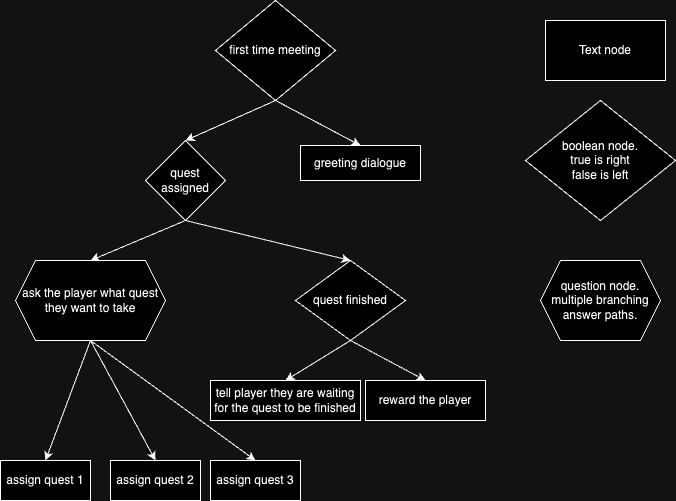
Above: src/resources/example dialogue tree.png in lawrenceyim/Game-Off-2024-team-of-3 (draw.io), before the change. Source tidied: cells renumbered, new cells last; positions are measured from the earlier drawing's top-left corner, leaving out a move shared by most shapes. Source of this version:
```xml
<mxGraphModel>
  <root>
    <mxCell id="0" />
    <mxCell id="1" parent="0" />
    <mxCell id="2" style="endArrow=classic;html=1;rounded=0;exitX=0.5;exitY=1;exitDx=0;exitDy=0;entryX=0.5;entryY=0;entryDx=0;entryDy=0;" parent="1" edge="1" source="21" target="4">
      <mxGeometry relative="1" as="geometry" />
    </mxCell>
    <mxCell id="3" style="endArrow=classic;html=1;rounded=0;exitX=0.5;exitY=1;exitDx=0;exitDy=0;entryX=0.5;entryY=0;entryDx=0;entryDy=0;" parent="1" edge="1" source="21" target="22">
      <mxGeometry relative="1" as="geometry" />
    </mxCell>
    <mxCell id="4" value="greeting dialogue" style="rounded=0;whiteSpace=wrap;html=1;" parent="1" vertex="1">
      <mxGeometry x="300" y="145" width="120" height="35" as="geometry" />
    </mxCell>
    <mxCell id="5" value="Text node" style="rounded=0;whiteSpace=wrap;html=1;" parent="1" vertex="1">
      <mxGeometry x="545" y="20" width="120" height="60" as="geometry" />
    </mxCell>
    <mxCell id="6" style="endArrow=classic;html=1;rounded=0;exitX=0.5;exitY=1;exitDx=0;exitDy=0;entryX=0.5;entryY=0;entryDx=0;entryDy=0;" parent="1" edge="1" source="22" target="23">
      <mxGeometry relative="1" as="geometry" />
    </mxCell>
    <mxCell id="7" value="tell player they are waiting for the quest to be finished" style="rounded=0;whiteSpace=wrap;html=1;" parent="1" vertex="1">
      <mxGeometry x="210" y="380" width="150" height="40" as="geometry" />
    </mxCell>
    <mxCell id="8" style="endArrow=classic;html=1;rounded=0;exitX=0.5;exitY=1;exitDx=0;exitDy=0;entryX=0.5;entryY=0;entryDx=0;entryDy=0;" parent="1" edge="1" source="22" target="13">
      <mxGeometry relative="1" as="geometry" />
    </mxCell>
    <mxCell id="9" value="reward the player" style="rounded=0;whiteSpace=wrap;html=1;" parent="1" vertex="1">
      <mxGeometry x="365" y="380" width="120" height="40" as="geometry" />
    </mxCell>
    <mxCell id="10" style="endArrow=classic;html=1;rounded=0;exitX=0.5;exitY=1;exitDx=0;exitDy=0;entryX=0.5;entryY=0;entryDx=0;entryDy=0;" parent="1" edge="1" source="23" target="9">
      <mxGeometry relative="1" as="geometry" />
    </mxCell>
    <mxCell id="11" style="endArrow=classic;html=1;rounded=0;exitX=0.5;exitY=1;exitDx=0;exitDy=0;entryX=0.5;entryY=0;entryDx=0;entryDy=0;" parent="1" edge="1" source="23" target="7">
      <mxGeometry relative="1" as="geometry" />
    </mxCell>
    <mxCell id="12" value="question node.&lt;div&gt;multiple branching answer paths.&lt;/div&gt;" style="shape=hexagon;perimeter=hexagonPerimeter2;whiteSpace=wrap;html=1;fixedSize=1;" parent="1" vertex="1">
      <mxGeometry x="540" y="260" width="120" height="80" as="geometry" />
    </mxCell>
    <mxCell id="13" value="ask the player what quest they want to take" style="shape=hexagon;perimeter=hexagonPerimeter2;whiteSpace=wrap;html=1;fixedSize=1;" parent="1" vertex="1">
      <mxGeometry x="15" y="260" width="150" height="80" as="geometry" />
    </mxCell>
    <mxCell id="14" value="assign quest 1" style="rounded=0;whiteSpace=wrap;html=1;" parent="1" vertex="1">
      <mxGeometry y="460" width="90" height="40" as="geometry" />
    </mxCell>
    <mxCell id="15" value="assign quest 2" style="rounded=0;whiteSpace=wrap;html=1;" parent="1" vertex="1">
      <mxGeometry x="110" y="460" width="90" height="40" as="geometry" />
    </mxCell>
    <mxCell id="16" value="assign quest 3" style="rounded=0;whiteSpace=wrap;html=1;" parent="1" vertex="1">
      <mxGeometry x="210" y="460" width="90" height="40" as="geometry" />
    </mxCell>
    <mxCell id="17" style="endArrow=classic;html=1;rounded=0;exitX=0.5;exitY=1;exitDx=0;exitDy=0;entryX=0.5;entryY=0;entryDx=0;entryDy=0;" parent="1" edge="1" source="13" target="14">
      <mxGeometry relative="1" as="geometry" />
    </mxCell>
    <mxCell id="18" style="endArrow=classic;html=1;rounded=0;exitX=0.5;exitY=1;exitDx=0;exitDy=0;entryX=0.5;entryY=0;entryDx=0;entryDy=0;" parent="1" edge="1" source="13" target="15">
      <mxGeometry relative="1" as="geometry" />
    </mxCell>
    <mxCell id="19" style="endArrow=classic;html=1;rounded=0;exitX=0.5;exitY=1;exitDx=0;exitDy=0;entryX=0.5;entryY=0;entryDx=0;entryDy=0;" parent="1" edge="1" source="13" target="16">
      <mxGeometry relative="1" as="geometry" />
    </mxCell>
    <mxCell id="20" value="boolean node.&lt;div&gt;true is right&lt;/div&gt;&lt;div&gt;false is left&lt;/div&gt;" style="rhombus;whiteSpace=wrap;html=1;" parent="1" vertex="1">
      <mxGeometry x="525" y="100" width="150" height="120" as="geometry" />
    </mxCell>
    <mxCell id="21" value="first time meeting" style="rhombus;whiteSpace=wrap;html=1;" parent="1" vertex="1">
      <mxGeometry x="215" width="120" height="100" as="geometry" />
    </mxCell>
    <mxCell id="22" value="quest assigned" style="rhombus;whiteSpace=wrap;html=1;" parent="1" vertex="1">
      <mxGeometry x="145" y="140" width="80" height="80" as="geometry" />
    </mxCell>
    <mxCell id="23" value="quest finished" style="rhombus;whiteSpace=wrap;html=1;" parent="1" vertex="1">
      <mxGeometry x="295" y="260" width="110" height="80" as="geometry" />
    </mxCell>
  </root>
</mxGraphModel>
```
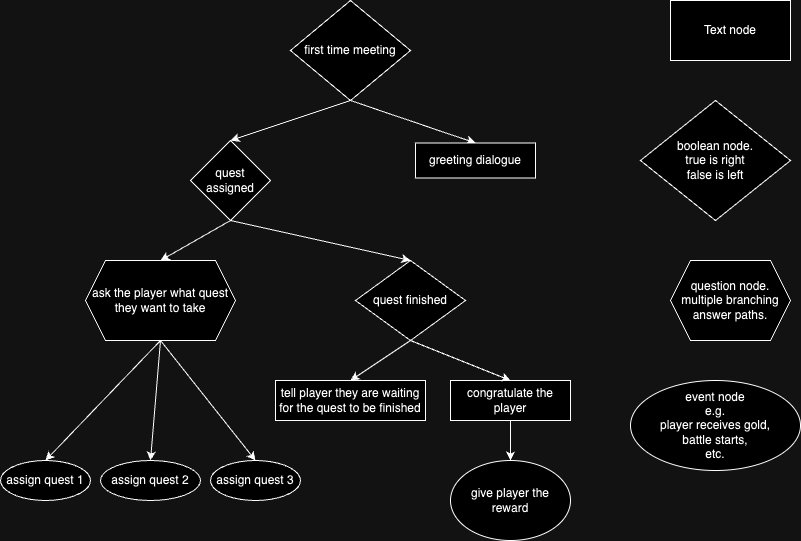
The same file after the commit.

Commit message:
Updated the example dialogue tree and added an EventNode.

What changed in the source:
```diff
@@ -9,22 +9,22 @@
       <mxGeometry relative="1" as="geometry" />
     </mxCell>
     <mxCell id="4" value="greeting dialogue" style="rounded=0;whiteSpace=wrap;html=1;" parent="1" vertex="1">
-      <mxGeometry x="300" y="145" width="120" height="35" as="geometry" />
+      <mxGeometry x="420" y="142.5" width="120" height="35" as="geometry" />
     </mxCell>
     <mxCell id="5" value="Text node" style="rounded=0;whiteSpace=wrap;html=1;" parent="1" vertex="1">
-      <mxGeometry x="545" y="20" width="120" height="60" as="geometry" />
+      <mxGeometry x="675" width="120" height="60" as="geometry" />
     </mxCell>
     <mxCell id="6" style="endArrow=classic;html=1;rounded=0;exitX=0.5;exitY=1;exitDx=0;exitDy=0;entryX=0.5;entryY=0;entryDx=0;entryDy=0;" parent="1" edge="1" source="22" target="23">
       <mxGeometry relative="1" as="geometry" />
     </mxCell>
     <mxCell id="7" value="tell player they are waiting for the quest to be finished" style="rounded=0;whiteSpace=wrap;html=1;" parent="1" vertex="1">
-      <mxGeometry x="210" y="380" width="150" height="40" as="geometry" />
+      <mxGeometry x="280" y="380" width="150" height="40" as="geometry" />
     </mxCell>
     <mxCell id="8" style="endArrow=classic;html=1;rounded=0;exitX=0.5;exitY=1;exitDx=0;exitDy=0;entryX=0.5;entryY=0;entryDx=0;entryDy=0;" parent="1" edge="1" source="22" target="13">
       <mxGeometry relative="1" as="geometry" />
     </mxCell>
-    <mxCell id="9" value="reward the player" style="rounded=0;whiteSpace=wrap;html=1;" parent="1" vertex="1">
-      <mxGeometry x="365" y="380" width="120" height="40" as="geometry" />
+    <mxCell id="9" value="congratulate the player" style="rounded=0;whiteSpace=wrap;html=1;" parent="1" vertex="1">
+      <mxGeometry x="455" y="380" width="120" height="40" as="geometry" />
     </mxCell>
     <mxCell id="10" style="endArrow=classic;html=1;rounded=0;exitX=0.5;exitY=1;exitDx=0;exitDy=0;entryX=0.5;entryY=0;entryDx=0;entryDy=0;" parent="1" edge="1" source="23" target="9">
       <mxGeometry relative="1" as="geometry" />
@@ -33,20 +33,11 @@
       <mxGeometry relative="1" as="geometry" />
     </mxCell>
     <mxCell id="12" value="question node.&lt;div&gt;multiple branching answer paths.&lt;/div&gt;" style="shape=hexagon;perimeter=hexagonPerimeter2;whiteSpace=wrap;html=1;fixedSize=1;" parent="1" vertex="1">
-      <mxGeometry x="540" y="260" width="120" height="80" as="geometry" />
+      <mxGeometry x="675" y="260" width="120" height="80" as="geometry" />
     </mxCell>
     <mxCell id="13" value="ask the player what quest they want to take" style="shape=hexagon;perimeter=hexagonPerimeter2;whiteSpace=wrap;html=1;fixedSize=1;" parent="1" vertex="1">
-      <mxGeometry x="15" y="260" width="150" height="80" as="geometry" />
+      <mxGeometry x="90" y="260" width="150" height="80" as="geometry" />
     </mxCell>
-    <mxCell id="14" value="assign quest 1" style="rounded=0;whiteSpace=wrap;html=1;" parent="1" vertex="1">
-      <mxGeometry y="460" width="90" height="40" as="geometry" />
-    </mxCell>
-    <mxCell id="15" value="assign quest 2" style="rounded=0;whiteSpace=wrap;html=1;" parent="1" vertex="1">
-      <mxGeometry x="110" y="460" width="90" height="40" as="geometry" />
-    </mxCell>
-    <mxCell id="16" value="assign quest 3" style="rounded=0;whiteSpace=wrap;html=1;" parent="1" vertex="1">
-      <mxGeometry x="210" y="460" width="90" height="40" as="geometry" />
-    </mxCell>
     <mxCell id="17" style="endArrow=classic;html=1;rounded=0;exitX=0.5;exitY=1;exitDx=0;exitDy=0;entryX=0.5;entryY=0;entryDx=0;entryDy=0;" parent="1" edge="1" source="13" target="14">
       <mxGeometry relative="1" as="geometry" />
     </mxCell>
@@ -57,16 +48,34 @@
       <mxGeometry relative="1" as="geometry" />
     </mxCell>
     <mxCell id="20" value="boolean node.&lt;div&gt;true is right&lt;/div&gt;&lt;div&gt;false is left&lt;/div&gt;" style="rhombus;whiteSpace=wrap;html=1;" parent="1" vertex="1">
-      <mxGeometry x="525" y="100" width="150" height="120" as="geometry" />
+      <mxGeometry x="645" y="100" width="150" height="120" as="geometry" />
     </mxCell>
     <mxCell id="21" value="first time meeting" style="rhombus;whiteSpace=wrap;html=1;" parent="1" vertex="1">
-      <mxGeometry x="215" width="120" height="100" as="geometry" />
+      <mxGeometry x="295" width="120" height="100" as="geometry" />
     </mxCell>
     <mxCell id="22" value="quest assigned" style="rhombus;whiteSpace=wrap;html=1;" parent="1" vertex="1">
-      <mxGeometry x="145" y="140" width="80" height="80" as="geometry" />
+      <mxGeometry x="195" y="140" width="80" height="80" as="geometry" />
     </mxCell>
     <mxCell id="23" value="quest finished" style="rhombus;whiteSpace=wrap;html=1;" parent="1" vertex="1">
-      <mxGeometry x="295" y="260" width="110" height="80" as="geometry" />
+      <mxGeometry x="360" y="260" width="110" height="80" as="geometry" />
     </mxCell>
+    <mxCell id="24" value="event node&lt;div&gt;e.g.&lt;/div&gt;&lt;div&gt;player receives gold,&lt;/div&gt;&lt;div&gt;battle starts,&lt;/div&gt;&lt;div&gt;etc.&lt;/div&gt;" style="ellipse;whiteSpace=wrap;html=1;" parent="1" vertex="1">
+      <mxGeometry x="635" y="380" width="170" height="90" as="geometry" />
+    </mxCell>
+    <mxCell id="25" value="give player the reward" style="ellipse;whiteSpace=wrap;html=1;" parent="1" vertex="1">
+      <mxGeometry x="455" y="460" width="120" height="80" as="geometry" />
+    </mxCell>
+    <mxCell id="26" style="endArrow=classic;html=1;rounded=0;entryX=0.5;entryY=0;entryDx=0;entryDy=0;exitX=0.5;exitY=1;exitDx=0;exitDy=0;" parent="1" edge="1" source="9" target="25">
+      <mxGeometry relative="1" as="geometry" />
+    </mxCell>
+    <mxCell id="14" value="assign quest 1" style="ellipse;whiteSpace=wrap;html=1;" parent="1" vertex="1">
+      <mxGeometry x="5" y="460" width="90" height="40" as="geometry" />
+    </mxCell>
+    <mxCell id="15" value="assign quest 2" style="ellipse;whiteSpace=wrap;html=1;" parent="1" vertex="1">
+      <mxGeometry x="105" y="460" width="100" height="40" as="geometry" />
+    </mxCell>
+    <mxCell id="16" value="assign quest 3" style="ellipse;whiteSpace=wrap;html=1;" parent="1" vertex="1">
+      <mxGeometry x="215" y="460" width="90" height="40" as="geometry" />
+    </mxCell>
   </root>
 </mxGraphModel>
```
